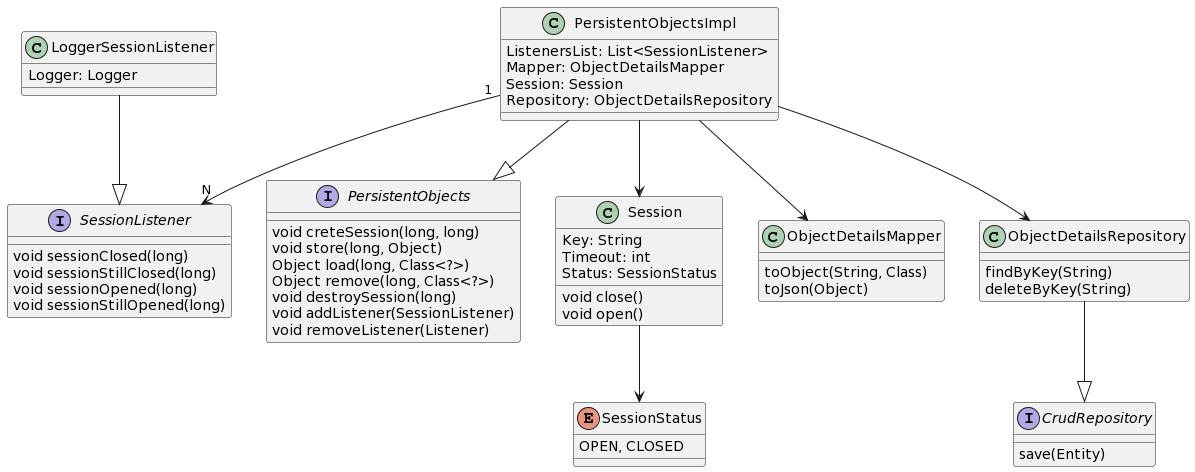
sebastiangilberto/utn-palg-2c2022-tp keeps this PlantUML diagram as src/main/resources/static/palg-diagrama-clases.png. Above is the earlier version.
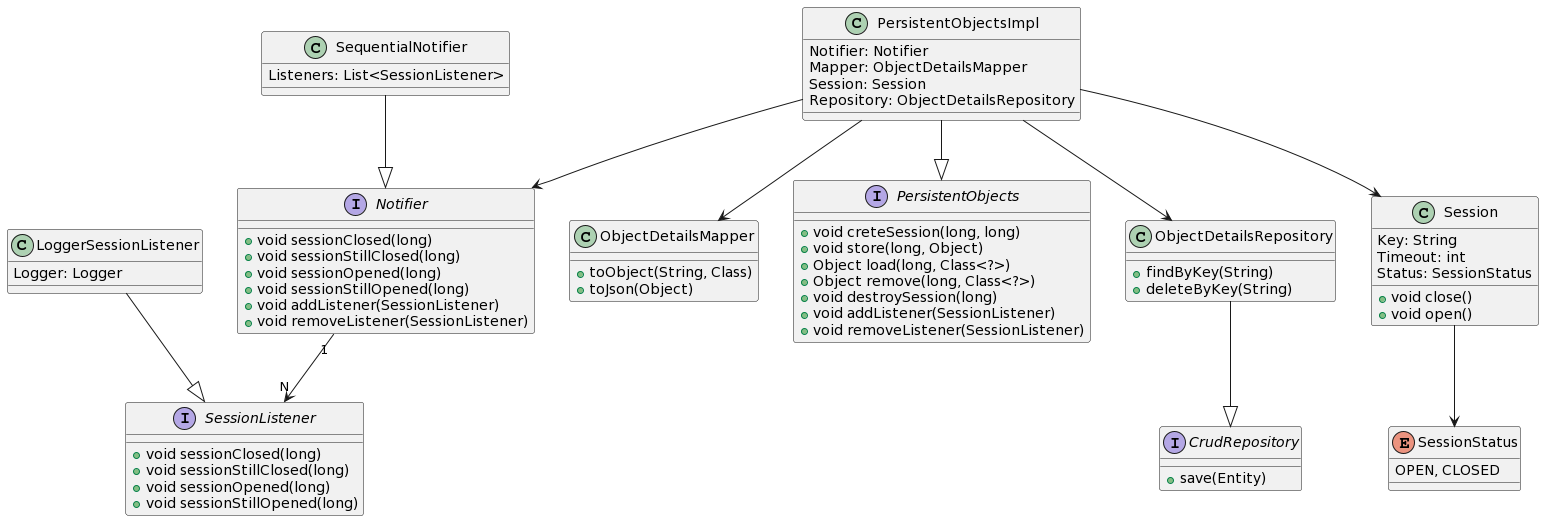
The same file after the commit.

Commit message:
Agrego una abstracción para notificar los eventos

Diff of the diagram source:
```diff
@@ -1,26 +1,39 @@
 @startuml
 interface PersistentObjects {
-  void creteSession(long, long)
-  void store(long, Object)
-  Object load(long, Class<?>)
-  Object remove(long, Class<?>)
-  void destroySession(long)
-  void addListener(SessionListener)
-  void removeListener(Listener)
+  +void creteSession(long, long)
+  +void store(long, Object)
+  +Object load(long, Class<?>)
+  +Object remove(long, Class<?>)
+  +void destroySession(long)
+  +void addListener(SessionListener)
+  +void removeListener(SessionListener)
 }
 
 class PersistentObjectsImpl {
-  ListenersList: List<SessionListener>
+  Notifier: Notifier
   Mapper: ObjectDetailsMapper
   Session: Session
   Repository: ObjectDetailsRepository
 }
 
+interface Notifier {
+  +void sessionClosed(long)
+  +void sessionStillClosed(long)
+  +void sessionOpened(long)
+  +void sessionStillOpened(long)
+  +void addListener(SessionListener)
+  +void removeListener(SessionListener)
+}
+
+class SequentialNotifier {
+  Listeners: List<SessionListener>
+}
+
 interface SessionListener {
-  void sessionClosed(long)
-  void sessionStillClosed(long)
-  void sessionOpened(long)
-  void sessionStillOpened(long)
+  +void sessionClosed(long)
+  +void sessionStillClosed(long)
+  +void sessionOpened(long)
+  +void sessionStillOpened(long)
 }
 
 class LoggerSessionListener {
@@ -31,8 +44,8 @@
   Key: String
   Timeout: int
   Status: SessionStatus
-  void close()
-  void open()
+  +void close()
+  +void open()
 }
 
 enum SessionStatus{
@@ -40,17 +53,17 @@
 }
 
 class ObjectDetailsMapper {
-  toObject(String, Class)
-  toJson(Object)
+  +toObject(String, Class)
+  +toJson(Object)
 }
 
 class ObjectDetailsRepository {
-  findByKey(String)
-  deleteByKey(String)
+  +findByKey(String)
+  +deleteByKey(String)
 }
 
 interface CrudRepository{
-  save(Entity)
+  +save(Entity)
 }
 
 LoggerSessionListener --|> SessionListener
@@ -58,7 +71,9 @@
 PersistentObjectsImpl --> Session
 PersistentObjectsImpl --> ObjectDetailsMapper
 PersistentObjectsImpl --> ObjectDetailsRepository
-PersistentObjectsImpl "1" --> "N" SessionListener
+PersistentObjectsImpl --> Notifier
+SequentialNotifier --|> Notifier
+Notifier "1" --> "N" SessionListener
 Session --> SessionStatus
 ObjectDetailsRepository --|> CrudRepository
 @enduml
```
